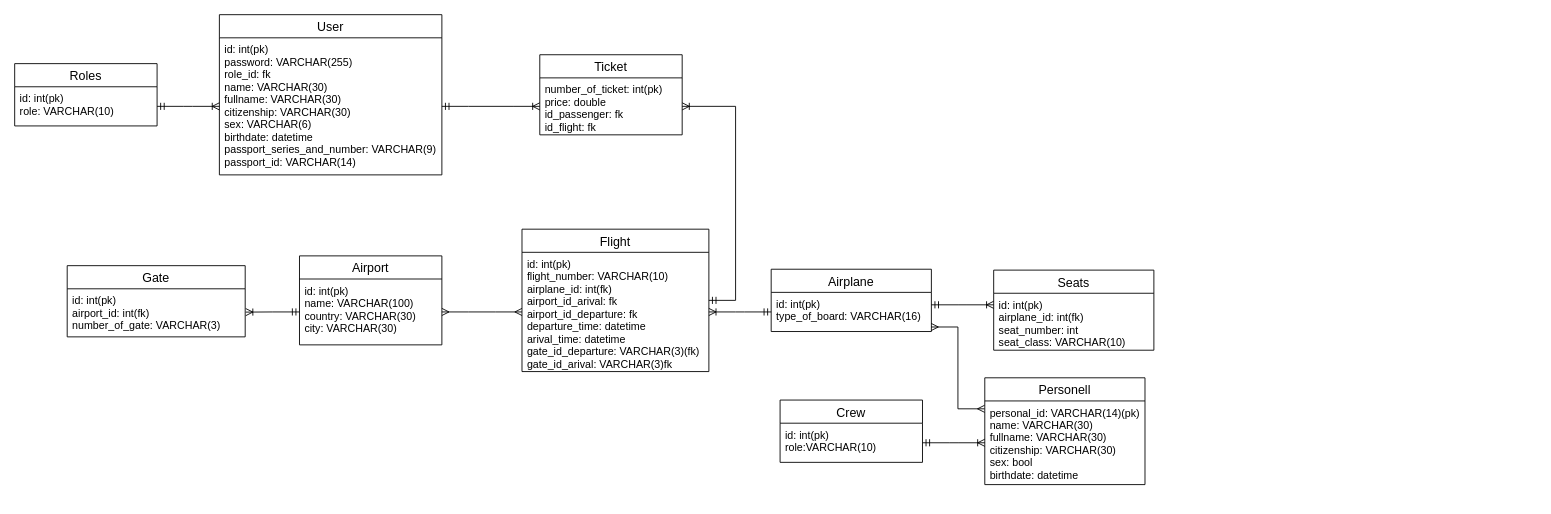
Before: Airport.drawio in DaftCod/Data_Bases-2022-23, a draw.io diagram. Source tidied: cells renumbered, new cells numbered last; positions are measured from the earlier drawing's top-left corner, leaving out a move shared by most shapes. Both pictures are drawn from the tidied source at 89%, with x=0, y=0 at pixel (14, 14).
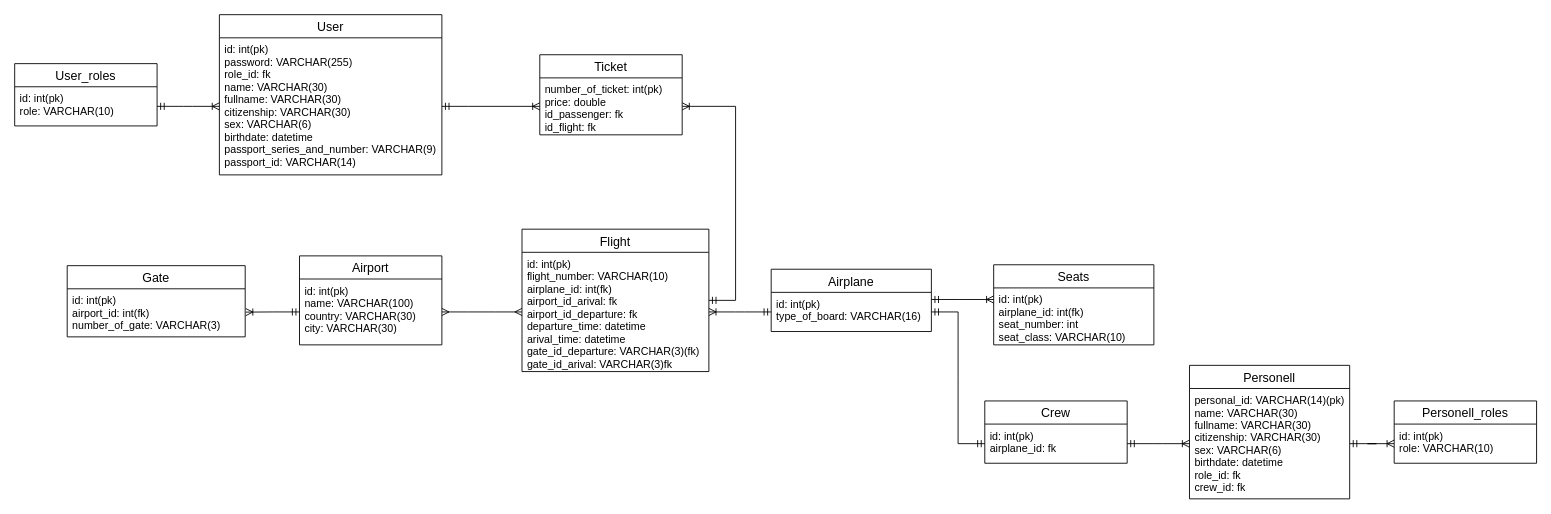
The same page after the edit.

Unchanged cells that the change refers to:
```xml
<mxCell id="9" value="id: int(pk)&#10;type_of_board: VARCHAR(16)&#10;&#10;" style="text;strokeColor=none;fillColor=none;spacingLeft=4;spacingRight=4;overflow=hidden;points=[[0,0.5],[1,0.5]];portConstraint=eastwest;fontSize=12;" parent="8" vertex="1">
  <mxGeometry y="26" width="180" height="44" as="geometry" />
</mxCell>
```

What changed in the source:
```diff
@@
     <mxCell id="12" value="Seats" style="swimlane;fontStyle=0;horizontal=1;startSize=26;align=center;fontSize=14;" parent="1" vertex="1">
-      <mxGeometry x="1100" y="287" width="180" height="90" as="geometry" />
+      <mxGeometry x="1100" y="281" width="180" height="90" as="geometry" />
     </mxCell>
@@
     <mxCell id="14" value="Crew" style="swimlane;fontStyle=0;horizontal=1;startSize=26;align=center;fontSize=14;" parent="1" vertex="1">
-      <mxGeometry x="860" y="433" width="160" height="70" as="geometry" />
+      <mxGeometry x="1090" y="434" width="160" height="70" as="geometry" />
     </mxCell>
-    <mxCell id="15" value="id: int(pk)&#10;role:VARCHAR(10)&#10; &#10;" style="text;strokeColor=none;fillColor=none;spacingLeft=4;spacingRight=4;overflow=hidden;points=[[0,0.5],[1,0.5]];portConstraint=eastwest;fontSize=12;" parent="14" vertex="1">
+    <mxCell id="15" value="id: int(pk)&#10;airplane_id: fk" style="text;strokeColor=none;fillColor=none;spacingLeft=4;spacingRight=4;overflow=hidden;points=[[0,0.5],[1,0.5]];portConstraint=eastwest;fontSize=12;" parent="14" vertex="1">
       <mxGeometry y="26" width="160" height="44" as="geometry" />
     </mxCell>
     <mxCell id="16" value="Personell" style="swimlane;fontStyle=0;horizontal=1;startSize=26;align=center;fontSize=14;" parent="1" vertex="1">
-      <mxGeometry x="1090" y="408" width="180" height="120" as="geometry" />
+      <mxGeometry x="1320" y="394" width="180" height="150" as="geometry" />
     </mxCell>
-    <mxCell id="17" value="personal_id: VARCHAR(14)(pk)&#10;name: VARCHAR(30)&#10;fullname: VARCHAR(30)&#10;citizenship: VARCHAR(30)&#10;sex: bool&#10;birthdate: datetime" style="text;strokeColor=none;fillColor=none;spacingLeft=4;spacingRight=4;overflow=hidden;points=[[0,0.5],[1,0.5]];portConstraint=eastwest;fontSize=12;" parent="16" vertex="1">
-      <mxGeometry y="26" width="180" height="94" as="geometry" />
+    <mxCell id="17" value="personal_id: VARCHAR(14)(pk)&#10;name: VARCHAR(30)&#10;fullname: VARCHAR(30)&#10;citizenship: VARCHAR(30)&#10;sex: VARCHAR(6)&#10;birthdate: datetime&#10;role_id: fk&#10;crew_id: fk" style="text;strokeColor=none;fillColor=none;spacingLeft=4;spacingRight=4;overflow=hidden;points=[[0,0.5],[1,0.5]];portConstraint=eastwest;fontSize=12;" parent="16" vertex="1">
+      <mxGeometry y="26" width="180" height="124" as="geometry" />
     </mxCell>
@@
-    <mxCell id="21" style="edgeStyle=entityRelationEdgeStyle;fontSize=12;html=1;endArrow=ERmany;startArrow=ERmany;rounded=0;entryX=0.999;entryY=0.884;entryDx=0;entryDy=0;entryPerimeter=0;exitX=-0.001;exitY=0.094;exitDx=0;exitDy=0;exitPerimeter=0;" parent="1" edge="1" source="17" target="9">
-      <mxGeometry relative="1" as="geometry" />
-    </mxCell>
     <mxCell id="22" style="edgeStyle=entityRelationEdgeStyle;fontSize=12;html=1;endArrow=ERoneToMany;startArrow=ERmandOne;rounded=0;entryX=0;entryY=0.328;entryDx=0;entryDy=0;exitX=1;exitY=0.5;exitDx=0;exitDy=0;entryPerimeter=0;" parent="1" edge="1">
       <mxGeometry relative="1" as="geometry">
-        <mxPoint x="1030" y="326" as="sourcePoint" />
-        <mxPoint x="1100" y="326" as="targetPoint" />
+        <mxPoint x="1030" y="320" as="sourcePoint" />
+        <mxPoint x="1100" y="320" as="targetPoint" />
       </mxGeometry>
     </mxCell>
@@
-    <mxCell id="26" value="Roles" style="swimlane;fontStyle=0;horizontal=1;startSize=26;align=center;fontSize=14;" parent="1" vertex="1">
+    <mxCell id="26" value="User_roles" style="swimlane;fontStyle=0;horizontal=1;startSize=26;align=center;fontSize=14;" parent="1" vertex="1">
       <mxGeometry y="55" width="160" height="70" as="geometry" />
     </mxCell>
@@
+    <mxCell id="31" value="Personell_roles" style="swimlane;fontStyle=0;horizontal=1;startSize=26;align=center;fontSize=14;" parent="1" vertex="1">
+      <mxGeometry x="1550" y="434" width="160" height="70" as="geometry" />
+    </mxCell>
+    <mxCell id="32" value="id: int(pk)&#10;role: VARCHAR(10)" style="text;strokeColor=none;fillColor=none;spacingLeft=4;spacingRight=4;overflow=hidden;points=[[0,0.5],[1,0.5]];portConstraint=eastwest;fontSize=12;" parent="31" vertex="1">
+      <mxGeometry y="26" width="160" height="44" as="geometry" />
+    </mxCell>
+    <mxCell id="33" style="edgeStyle=entityRelationEdgeStyle;fontSize=12;html=1;endArrow=ERoneToMany;startArrow=ERmandOne;rounded=0;exitX=1;exitY=0.5;exitDx=0;exitDy=0;entryX=0;entryY=0.5;entryDx=0;entryDy=0;" parent="1" edge="1" source="17" target="32">
+      <mxGeometry relative="1" as="geometry" />
+    </mxCell>
+    <mxCell id="34" style="edgeStyle=entityRelationEdgeStyle;fontSize=12;html=1;endArrow=ERmandOne;startArrow=ERmandOne;rounded=0;exitX=1;exitY=0.5;exitDx=0;exitDy=0;entryX=0;entryY=0.5;entryDx=0;entryDy=0;" parent="1" edge="1" source="9" target="15">
+      <mxGeometry relative="1" as="geometry" />
+    </mxCell>
```
